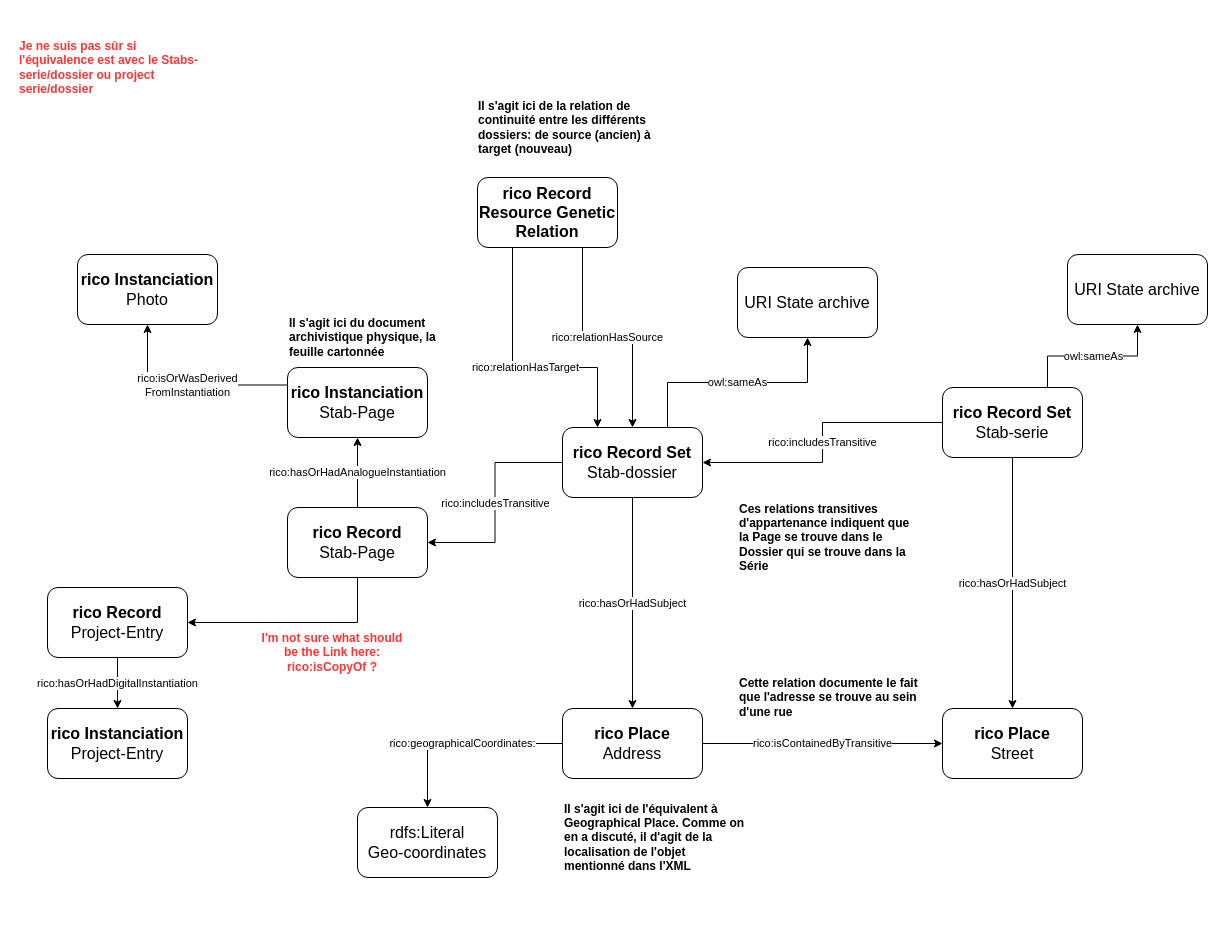
This is documentation/archive_model.drawio from history-unibas/economies-of-space-lod, a draw.io file, before an edit. Source tidied: cells renumbered, new cells numbered last; positions are measured from the earlier drawing's top-left corner, leaving out a move shared by most shapes. Both pictures are drawn from the tidied source at 100%, with x=0, y=0 at pixel (17, 17).
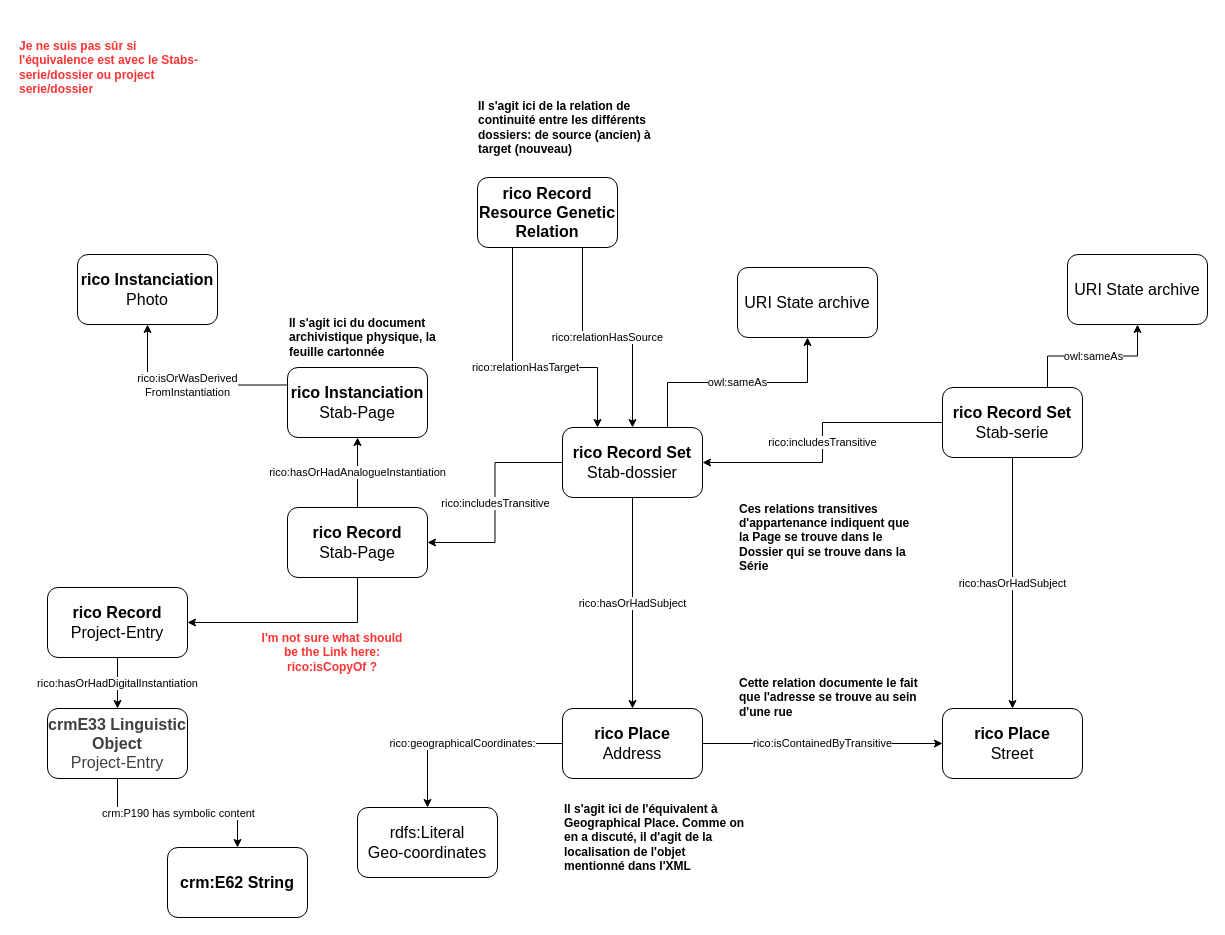
After the change.

Diff of the diagram source:
```diff
@@
-    <mxCell id="22" value="rico Instanciation&lt;div&gt;&lt;span style=&quot;font-weight: 400;&quot;&gt;Project-Entry&lt;/span&gt;&lt;/div&gt;" style="rounded=1;whiteSpace=wrap;html=1;fillColor=#ffffff;fontSize=16;fontStyle=1;" parent="1" vertex="1">
+    <mxCell id="22" value="&lt;div style=&quot;color: rgb(63, 63, 63); scrollbar-color: rgb(226, 226, 226) rgb(251, 251, 251);&quot;&gt;&lt;font style=&quot;scrollbar-color: rgb(226, 226, 226) rgb(251, 251, 251);&quot;&gt;crmE33 Linguistic Object&lt;/font&gt;&lt;/div&gt;&lt;div style=&quot;color: rgb(63, 63, 63); scrollbar-color: rgb(226, 226, 226) rgb(251, 251, 251);&quot;&gt;&lt;span style=&quot;color: rgb(63, 63, 63); scrollbar-color: rgb(226, 226, 226) rgb(251, 251, 251); font-weight: 400;&quot;&gt;Project-Entry&lt;/span&gt;&lt;/div&gt;" style="rounded=1;whiteSpace=wrap;html=1;fillColor=#ffffff;fontSize=16;fontStyle=1;" parent="1" vertex="1">
       <mxGeometry x="30" y="691" width="140" height="70" as="geometry" />
     </mxCell>
@@
+    <mxCell id="36" value="&lt;span style=&quot;color: rgb(0, 0, 0); font-family: Helvetica; font-size: 11px; font-style: normal; font-variant-ligatures: normal; font-variant-caps: normal; font-weight: 400; letter-spacing: normal; orphans: 2; text-align: center; text-indent: 0px; text-transform: none; widows: 2; word-spacing: 0px; -webkit-text-stroke-width: 0px; white-space: nowrap; background-color: rgb(255, 255, 255); text-decoration-thickness: initial; text-decoration-style: initial; text-decoration-color: initial; float: none; display: inline !important;&quot;&gt;crm:P190 has symbolic content&lt;/span&gt;" style="edgeStyle=orthogonalEdgeStyle;rounded=0;jettySize=auto;html=1;exitX=0.5;exitY=1;exitDx=0;exitDy=0;entryX=0.5;entryY=0;entryDx=0;entryDy=0;" parent="1" edge="1" source="22" target="37">
+      <mxGeometry relative="1" as="geometry" />
+    </mxCell>
+    <mxCell id="37" value="crm:E62 String" style="rounded=1;whiteSpace=wrap;html=1;fillColor=#ffffff;fontSize=16;fontStyle=1;" parent="1" vertex="1">
+      <mxGeometry x="150" y="830" width="140" height="70" as="geometry" />
+    </mxCell>
```
